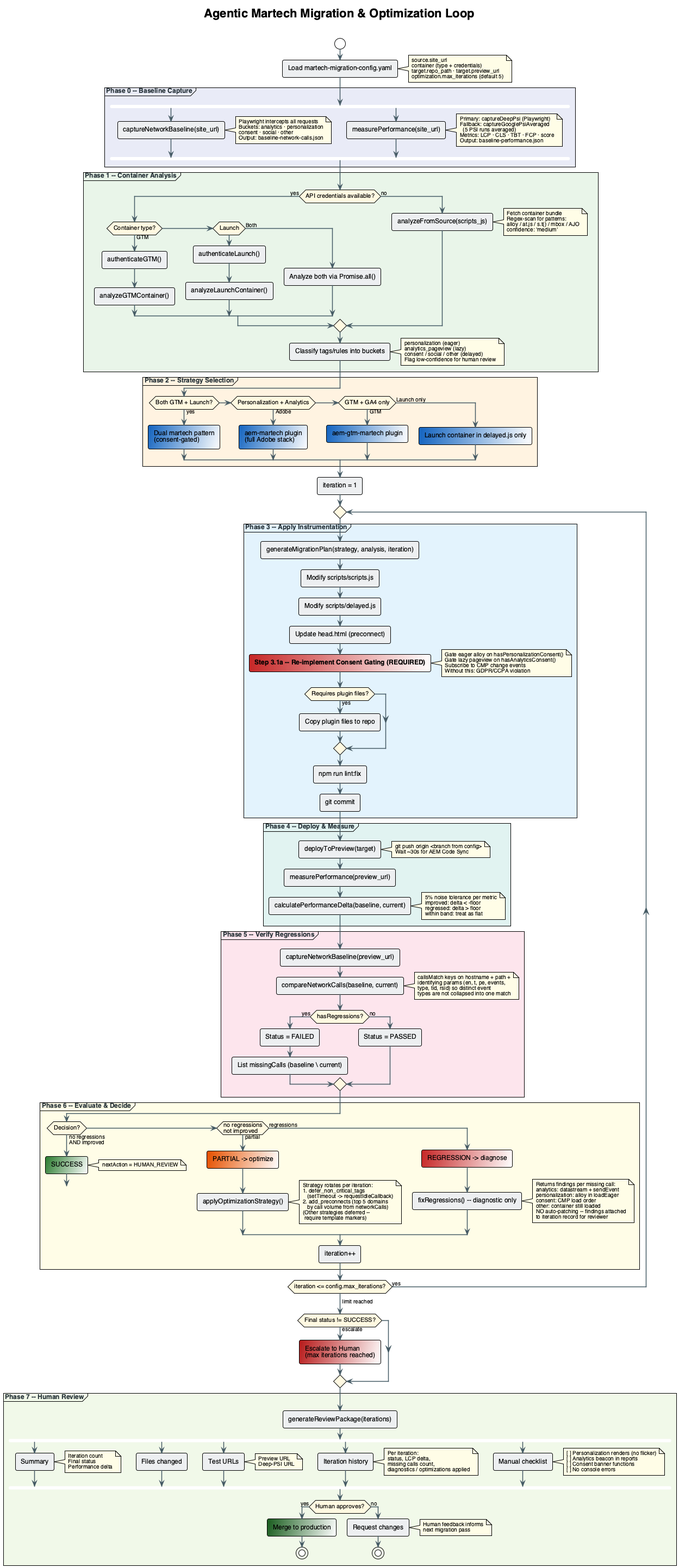
Earlier version of the PlantUML export plugins/aem/edge-delivery-services/skills/backend-integration/workflows/agentic-optimization-loop.png (asthabh23/skills).
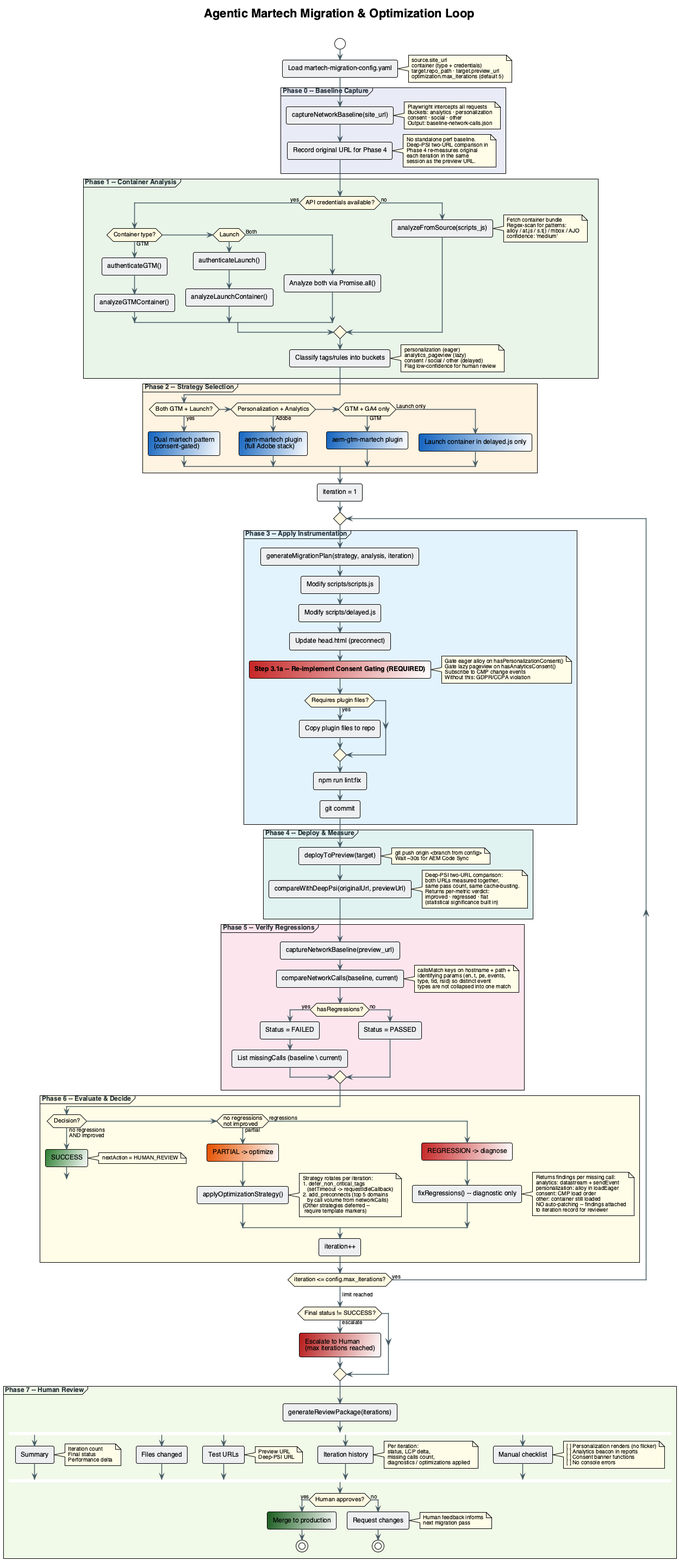
After the commit.

Commit message:
docs(backend-integration): use Deep-PSI two-URL comparison end-to-end

Change to the diagram source:
```diff
@@ -51,24 +51,21 @@
 end note
 
 partition "Phase 0 -- Baseline Capture" #E8EAF6 {
-  fork
-    :captureNetworkBaseline(site_url);
-    note right
-      Playwright intercepts all requests
-      Buckets: analytics · personalization
-      consent · social · other
-      Output: baseline-network-calls.json
-    end note
-  fork again
-    :measurePerformance(site_url);
-    note right
-      Primary: captureDeepPsi (Playwright)
-      Fallback: captureGooglePsiAveraged
-        (5 PSI runs averaged)
-      Metrics: LCP · CLS · TBT · FCP · score
-      Output: baseline-performance.json
-    end note
-  end fork
+  :captureNetworkBaseline(site_url);
+  note right
+    Playwright intercepts all requests
+    Buckets: analytics · personalization
+    consent · social · other
+    Output: baseline-network-calls.json
+  end note
+  :Record original URL for Phase 4;
+  note right
+    No standalone perf baseline.
+    Deep-PSI two-URL comparison in
+    Phase 4 re-measures original
+    each iteration in the same
+    session as the preview URL.
+  end note
 }
 
 partition "Phase 1 -- Container Analysis" #E8F5E9 {
@@ -146,13 +143,14 @@
       Wait ~30s for AEM Code Sync
     end note
 
-    :measurePerformance(preview_url);
-    :calculatePerformanceDelta(baseline, current);
+    :compareWithDeepPsi(originalUrl, previewUrl);
     note right
-      5% noise tolerance per metric
-      improved: delta < -floor
-      regressed: delta > floor
-      within band: treat as flat
+      Deep-PSI two-URL comparison:
+      both URLs measured together,
+      same pass count, same cache-busting.
+      Returns per-metric verdict:
+      improved · regressed · flat
+      (statistical significance built in)
     end note
   }
 
```
